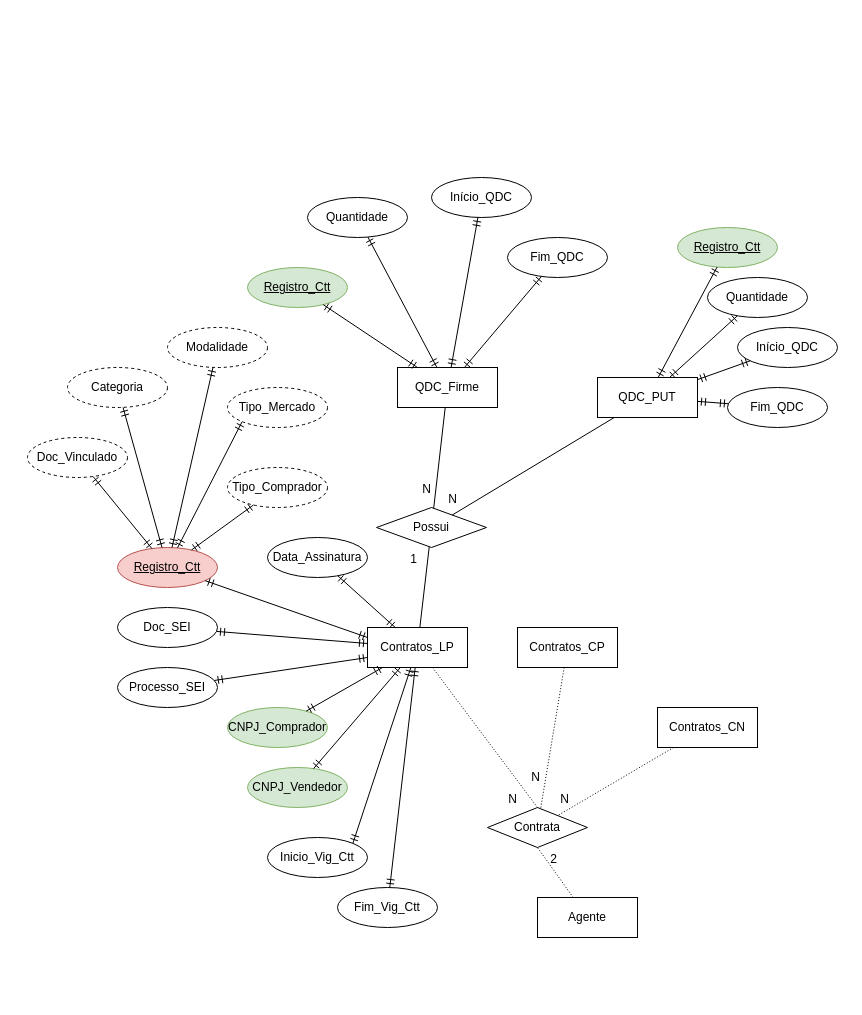
Earlier version of the draw.io diagram Untitled Diagram.drawio (sinistroman/sinistroman). Source tidied: cells renumbered, new cells numbered last; positions are measured from the earlier drawing's top-left corner, leaving out a move shared by most shapes. Both pictures are drawn from the tidied source at 100%, with x=0, y=0 at pixel (27, 177).
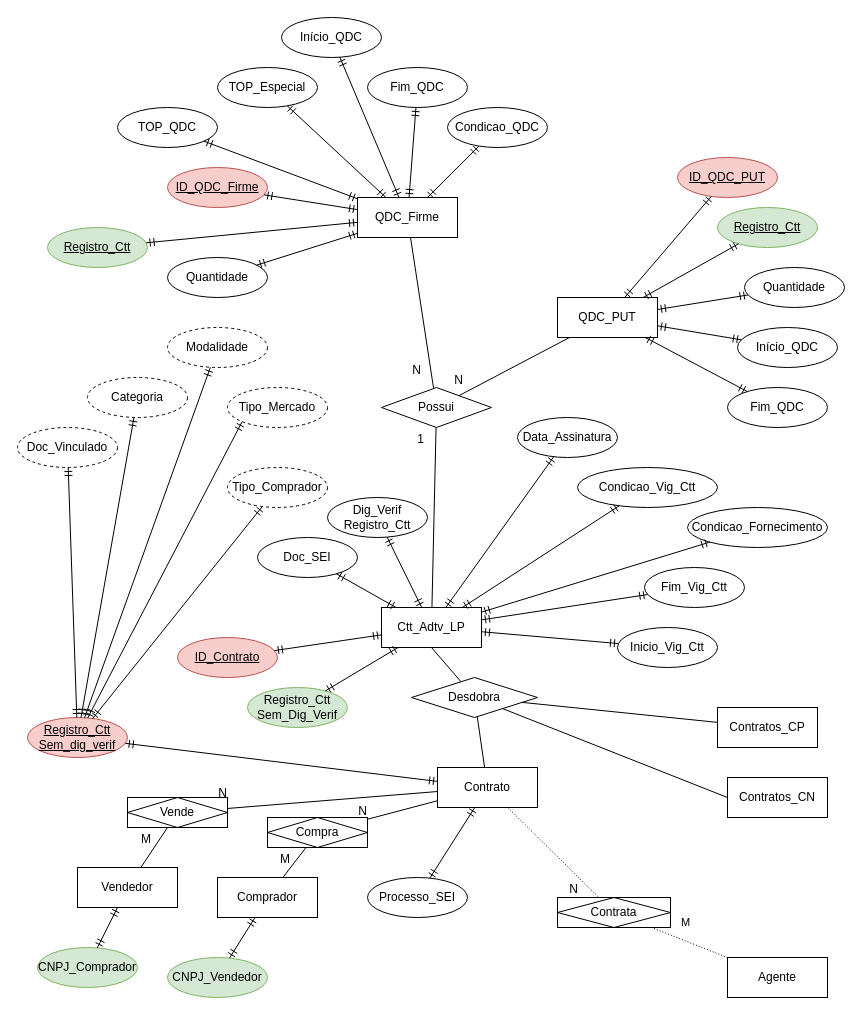
Above is the later version.

The change refers to these unchanged cells:
```xml
<mxCell id="49" style="endArrow=none;html=1;rounded=0;" parent="1" edge="1" source="40" target="39">
  <mxGeometry relative="1" as="geometry" />
</mxCell>
```

What changed in the source:
```diff
@@
     <mxCell id="2" value="Agente" style="whiteSpace=wrap;html=1;align=center;" parent="1" vertex="1">
-      <mxGeometry x="510" y="720" width="100" height="40" as="geometry" />
+      <mxGeometry x="700" y="780" width="100" height="40" as="geometry" />
     </mxCell>
-    <mxCell id="3" value="Contrata" style="shape=rhombus;perimeter=rhombusPerimeter;whiteSpace=wrap;html=1;align=center;" parent="1" vertex="1">
-      <mxGeometry x="460" y="630" width="100" height="40" as="geometry" />
-    </mxCell>
-    <mxCell id="4" style="endArrow=none;html=1;rounded=0;dashed=1;dashPattern=1 2;entryX=0.5;entryY=1;entryDx=0;entryDy=0;" parent="1" edge="1" source="2" target="3">
-      <mxGeometry relative="1" as="geometry" />
+    <mxCell id="4" value="M" style="endArrow=none;html=1;rounded=0;dashed=1;dashPattern=1 2;" parent="1" edge="1" source="2" target="3">
+      <mxGeometry x="0.27" y="-17" relative="1" as="geometry" />
     </mxCell>
-    <mxCell id="5" value="2" style="html=1;align=right;verticalAlign=bottom;" parent="4" vertex="1">
-      <mxGeometry x="1" relative="1" as="geometry">
-        <mxPoint x="20" y="20" as="offset" />
-      </mxGeometry>
-    </mxCell>
-    <mxCell id="6" style="endArrow=none;html=1;rounded=0;dashed=1;dashPattern=1 2;entryX=0.5;entryY=0;entryDx=0;entryDy=0;" parent="1" edge="1" source="8" target="3">
+    <mxCell id="6" style="endArrow=none;html=1;rounded=0;dashed=1;dashPattern=1 2;" parent="1" edge="1" source="92" target="3">
       <mxGeometry relative="1" as="geometry" />
     </mxCell>
@@
-    <mxCell id="8" value="Contratos_LP" style="whiteSpace=wrap;html=1;align=center;" parent="1" vertex="1">
-      <mxGeometry x="340" y="450" width="100" height="40" as="geometry" />
+    <mxCell id="8" value="Ctt_Adtv_LP" style="whiteSpace=wrap;html=1;align=center;" parent="1" vertex="1">
+      <mxGeometry x="354" y="430" width="100" height="40" as="geometry" />
     </mxCell>
     <mxCell id="9" value="Contratos_CP" style="whiteSpace=wrap;html=1;align=center;" parent="1" vertex="1">
-      <mxGeometry x="490" y="450" width="100" height="40" as="geometry" />
+      <mxGeometry x="690" y="530" width="100" height="40" as="geometry" />
     </mxCell>
     <mxCell id="10" value="Contratos_CN" style="whiteSpace=wrap;html=1;align=center;" parent="1" vertex="1">
-      <mxGeometry x="630" y="530" width="100" height="40" as="geometry" />
+      <mxGeometry x="700" y="600" width="100" height="40" as="geometry" />
     </mxCell>
-    <mxCell id="11" style="endArrow=none;html=1;rounded=0;dashed=1;dashPattern=1 2;" parent="1" edge="1" source="9" target="3">
-      <mxGeometry relative="1" as="geometry" />
-    </mxCell>
-    <mxCell id="12" value="N" style="html=1;align=right;verticalAlign=bottom;" parent="11" vertex="1">
-      <mxGeometry x="1" relative="1" as="geometry">
-        <mxPoint y="-23" as="offset" />
-      </mxGeometry>
-    </mxCell>
-    <mxCell id="13" style="endArrow=none;html=1;rounded=0;dashed=1;dashPattern=1 2;" parent="1" edge="1" source="10" target="3">
-      <mxGeometry relative="1" as="geometry" />
-    </mxCell>
-    <mxCell id="14" value="N" style="html=1;align=right;verticalAlign=bottom;" parent="13" vertex="1">
-      <mxGeometry x="1" relative="1" as="geometry">
-        <mxPoint x="11" y="-8" as="offset" />
-      </mxGeometry>
-    </mxCell>
     <mxCell id="15" value="CNPJ_Comprador" style="ellipse;whiteSpace=wrap;html=1;align=center;fillColor=#d5e8d4;strokeColor=#82b366;" parent="1" vertex="1">
-      <mxGeometry x="200" y="530" width="100" height="40" as="geometry" />
+      <mxGeometry x="10" y="770" width="100" height="40" as="geometry" />
     </mxCell>
     <mxCell id="16" value="CNPJ_Vendedor" style="ellipse;whiteSpace=wrap;html=1;align=center;fillColor=#d5e8d4;strokeColor=#82b366;" parent="1" vertex="1">
-      <mxGeometry x="220" y="590" width="100" height="40" as="geometry" />
+      <mxGeometry x="140" y="780" width="100" height="40" as="geometry" />
     </mxCell>
-    <mxCell id="17" style="fontSize=12;html=1;endArrow=ERmandOne;startArrow=ERmandOne;rounded=0;" parent="1" edge="1" source="15" target="8">
+    <mxCell id="17" style="fontSize=12;html=1;endArrow=ERmandOne;startArrow=ERmandOne;rounded=0;" parent="1" edge="1" source="15" target="77">
       <mxGeometry relative="1" as="geometry" />
     </mxCell>
-    <mxCell id="18" style="fontSize=12;html=1;endArrow=ERmandOne;startArrow=ERmandOne;rounded=0;" parent="1" edge="1" source="16" target="8">
+    <mxCell id="18" style="fontSize=12;html=1;endArrow=ERmandOne;startArrow=ERmandOne;rounded=0;" parent="1" edge="1" source="16" target="82">
       <mxGeometry relative="1" as="geometry" />
     </mxCell>
     <mxCell id="19" value="Processo_SEI" style="ellipse;whiteSpace=wrap;html=1;align=center;" parent="1" vertex="1">
-      <mxGeometry x="90" y="490" width="100" height="40" as="geometry" />
+      <mxGeometry x="340" y="700" width="100" height="40" as="geometry" />
     </mxCell>
     <mxCell id="20" value="Doc_SEI" style="ellipse;whiteSpace=wrap;html=1;align=center;" parent="1" vertex="1">
-      <mxGeometry x="90" y="430" width="100" height="40" as="geometry" />
+      <mxGeometry x="230" y="360" width="100" height="40" as="geometry" />
     </mxCell>
     <mxCell id="21" value="Inicio_Vig_Ctt" style="ellipse;whiteSpace=wrap;html=1;align=center;" parent="1" vertex="1">
-      <mxGeometry x="240" y="660" width="100" height="40" as="geometry" />
+      <mxGeometry x="590" y="450" width="100" height="40" as="geometry" />
     </mxCell>
     <mxCell id="22" value="Fim_Vig_Ctt" style="ellipse;whiteSpace=wrap;html=1;align=center;" parent="1" vertex="1">
-      <mxGeometry x="310" y="710" width="100" height="40" as="geometry" />
+      <mxGeometry x="617" y="390" width="100" height="40" as="geometry" />
     </mxCell>
-    <mxCell id="23" value="Registro_Ctt" style="ellipse;whiteSpace=wrap;html=1;align=center;fontStyle=4;fillColor=#f8cecc;strokeColor=#b85450;" parent="1" vertex="1">
-      <mxGeometry x="90" y="370" width="100" height="40" as="geometry" />
+    <mxCell id="23" value="Registro_Ctt Sem_dig_verif" style="ellipse;whiteSpace=wrap;html=1;align=center;fontStyle=4;fillColor=#f8cecc;strokeColor=#b85450;" parent="1" vertex="1">
+      <mxGeometry y="540" width="100" height="40" as="geometry" />
     </mxCell>
     <mxCell id="24" value="Doc_Vinculado" style="ellipse;whiteSpace=wrap;html=1;align=center;dashed=1;" parent="1" vertex="1">
-      <mxGeometry y="260" width="100" height="40" as="geometry" />
+      <mxGeometry x="-10" y="250" width="100" height="40" as="geometry" />
     </mxCell>
     <mxCell id="25" value="Categoria" style="ellipse;whiteSpace=wrap;html=1;align=center;dashed=1;" parent="1" vertex="1">
-      <mxGeometry x="40" y="190" width="100" height="40" as="geometry" />
+      <mxGeometry x="60" y="200" width="100" height="40" as="geometry" />
     </mxCell>
@@
-    <mxCell id="34" style="fontSize=12;html=1;endArrow=ERmandOne;startArrow=ERmandOne;rounded=0;exitX=0;exitY=0.25;exitDx=0;exitDy=0;" parent="1" edge="1" source="8" target="23">
+    <mxCell id="34" style="fontSize=12;html=1;endArrow=ERmandOne;startArrow=ERmandOne;rounded=0;" parent="1" edge="1" source="92" target="23">
       <mxGeometry relative="1" as="geometry" />
     </mxCell>
@@
-    <mxCell id="36" style="fontSize=12;html=1;endArrow=ERmandOne;startArrow=ERmandOne;rounded=0;exitX=0;exitY=0.75;exitDx=0;exitDy=0;" parent="1" edge="1" source="8" target="19">
+    <mxCell id="36" style="fontSize=12;html=1;endArrow=ERmandOne;startArrow=ERmandOne;rounded=0;" parent="1" edge="1" source="92" target="19">
       <mxGeometry relative="1" as="geometry" />
     </mxCell>
     <mxCell id="37" value="Data_Assinatura" style="ellipse;whiteSpace=wrap;html=1;align=center;" parent="1" vertex="1">
-      <mxGeometry x="240" y="360" width="100" height="40" as="geometry" />
+      <mxGeometry x="490" y="240" width="100" height="40" as="geometry" />
     </mxCell>
@@
     <mxCell id="39" value="Possui" style="shape=rhombus;perimeter=rhombusPerimeter;whiteSpace=wrap;html=1;align=center;" parent="1" vertex="1">
-      <mxGeometry x="349" y="330" width="110" height="40" as="geometry" />
+      <mxGeometry x="354" y="210" width="110" height="40" as="geometry" />
     </mxCell>
     <mxCell id="40" value="QDC_Firme" style="whiteSpace=wrap;html=1;align=center;" parent="1" vertex="1">
-      <mxGeometry x="370" y="190" width="100" height="40" as="geometry" />
+      <mxGeometry x="330" y="20" width="100" height="40" as="geometry" />
     </mxCell>
     <mxCell id="41" value="QDC_PUT" style="whiteSpace=wrap;html=1;align=center;" parent="1" vertex="1">
-      <mxGeometry x="570" y="200" width="100" height="40" as="geometry" />
+      <mxGeometry x="530" y="120" width="100" height="40" as="geometry" />
     </mxCell>
-    <mxCell id="42" style="fontSize=12;html=1;endArrow=ERmandOne;startArrow=ERmandOne;rounded=0;exitX=1;exitY=0;exitDx=0;exitDy=0;" parent="1" edge="1" source="21" target="8">
+    <mxCell id="42" style="fontSize=12;html=1;endArrow=ERmandOne;startArrow=ERmandOne;rounded=0;" parent="1" edge="1" source="21" target="8">
       <mxGeometry relative="1" as="geometry" />
     </mxCell>
@@
     <mxCell id="46" value="Quantidade" style="ellipse;whiteSpace=wrap;html=1;align=center;" parent="1" vertex="1">
-      <mxGeometry x="280" y="20" width="100" height="40" as="geometry" />
+      <mxGeometry x="140" y="80" width="100" height="40" as="geometry" />
     </mxCell>
     <mxCell id="47" value="Registro_Ctt" style="ellipse;whiteSpace=wrap;html=1;align=center;fontStyle=4;fillColor=#d5e8d4;strokeColor=#82b366;" parent="1" vertex="1">
-      <mxGeometry x="220" y="90" width="100" height="40" as="geometry" />
+      <mxGeometry x="20" y="50" width="100" height="40" as="geometry" />
     </mxCell>
@@
     <mxCell id="50" value="N" style="html=1;align=right;verticalAlign=bottom;" parent="49" vertex="1">
       <mxGeometry x="1" relative="1" as="geometry">
-        <mxPoint x="-2" y="-10" as="offset" />
+        <mxPoint x="-12" y="-10" as="offset" />
       </mxGeometry>
     </mxCell>
     <mxCell id="51" value="Início_QDC" style="ellipse;whiteSpace=wrap;html=1;align=center;" parent="1" vertex="1">
-      <mxGeometry x="404" width="100" height="40" as="geometry" />
+      <mxGeometry x="254" y="-160" width="100" height="40" as="geometry" />
     </mxCell>
     <mxCell id="52" value="Fim_QDC" style="ellipse;whiteSpace=wrap;html=1;align=center;" parent="1" vertex="1">
-      <mxGeometry x="480" y="60" width="100" height="40" as="geometry" />
+      <mxGeometry x="340" y="-110" width="100" height="40" as="geometry" />
     </mxCell>
@@
     <mxCell id="56" value="Quantidade" style="ellipse;whiteSpace=wrap;html=1;align=center;" parent="1" vertex="1">
-      <mxGeometry x="680" y="100" width="100" height="40" as="geometry" />
+      <mxGeometry x="717" y="90" width="100" height="40" as="geometry" />
     </mxCell>
     <mxCell id="57" value="Registro_Ctt" style="ellipse;whiteSpace=wrap;html=1;align=center;fontStyle=4;fillColor=#d5e8d4;strokeColor=#82b366;" parent="1" vertex="1">
-      <mxGeometry x="650" y="50" width="100" height="40" as="geometry" />
+      <mxGeometry x="690" y="30" width="100" height="40" as="geometry" />
     </mxCell>
@@
+    <mxCell id="66" value="ID_QDC_Firme" style="ellipse;whiteSpace=wrap;html=1;align=center;fontStyle=4;fillColor=#f8cecc;strokeColor=#b85450;" parent="1" vertex="1">
+      <mxGeometry x="140" y="-10" width="100" height="40" as="geometry" />
+    </mxCell>
+    <mxCell id="67" value="ID_QDC_PUT" style="ellipse;whiteSpace=wrap;html=1;align=center;fontStyle=4;fillColor=#f8cecc;strokeColor=#b85450;" parent="1" vertex="1">
+      <mxGeometry x="650" y="-20" width="100" height="40" as="geometry" />
+    </mxCell>
+    <mxCell id="68" value="TOP_QDC" style="ellipse;whiteSpace=wrap;html=1;align=center;" parent="1" vertex="1">
+      <mxGeometry x="90" y="-70" width="100" height="40" as="geometry" />
+    </mxCell>
+    <mxCell id="69" value="TOP_Especial" style="ellipse;whiteSpace=wrap;html=1;align=center;" parent="1" vertex="1">
+      <mxGeometry x="190" y="-110" width="100" height="40" as="geometry" />
+    </mxCell>
+    <mxCell id="70" style="fontSize=12;html=1;endArrow=ERmandOne;startArrow=ERmandOne;rounded=0;" parent="1" edge="1" source="40" target="66">
+      <mxGeometry relative="1" as="geometry" />
+    </mxCell>
+    <mxCell id="71" style="fontSize=12;html=1;endArrow=ERmandOne;startArrow=ERmandOne;rounded=0;" parent="1" edge="1" source="41" target="67">
+      <mxGeometry relative="1" as="geometry" />
+    </mxCell>
+    <mxCell id="72" style="fontSize=12;html=1;endArrow=ERmandOne;startArrow=ERmandOne;rounded=0;" parent="1" edge="1" source="40" target="68">
+      <mxGeometry relative="1" as="geometry" />
+    </mxCell>
+    <mxCell id="73" style="fontSize=12;html=1;endArrow=ERmandOne;startArrow=ERmandOne;rounded=0;" parent="1" edge="1" source="40" target="69">
+      <mxGeometry relative="1" as="geometry" />
+    </mxCell>
+    <mxCell id="74" value="Condicao_QDC" style="ellipse;whiteSpace=wrap;html=1;align=center;" parent="1" vertex="1">
+      <mxGeometry x="420" y="-70" width="100" height="40" as="geometry" />
+    </mxCell>
+    <mxCell id="75" style="fontSize=12;html=1;endArrow=ERmandOne;startArrow=ERmandOne;rounded=0;" parent="1" edge="1" source="40" target="74">
+      <mxGeometry relative="1" as="geometry" />
+    </mxCell>
+    <mxCell id="76" value="Vende" style="shape=associativeEntity;whiteSpace=wrap;html=1;align=center;" parent="1" vertex="1">
+      <mxGeometry x="100" y="620" width="100" height="30" as="geometry" />
+    </mxCell>
+    <mxCell id="77" value="Vendedor" style="whiteSpace=wrap;html=1;align=center;" parent="1" vertex="1">
+      <mxGeometry x="50" y="690" width="100" height="40" as="geometry" />
+    </mxCell>
+    <mxCell id="78" style="endArrow=none;html=1;rounded=0;" parent="1" edge="1" source="77" target="76">
+      <mxGeometry relative="1" as="geometry" />
+    </mxCell>
+    <mxCell id="79" value="M" style="html=1;align=right;verticalAlign=bottom;" parent="78" vertex="1">
+      <mxGeometry x="1" relative="1" as="geometry">
+        <mxPoint x="-16" y="20" as="offset" />
+      </mxGeometry>
+    </mxCell>
+    <mxCell id="80" style="endArrow=none;html=1;rounded=0;" parent="1" edge="1" source="92" target="76">
+      <mxGeometry relative="1" as="geometry" />
+    </mxCell>
+    <mxCell id="81" value="N" style="html=1;align=right;verticalAlign=bottom;" parent="80" vertex="1">
+      <mxGeometry x="1" relative="1" as="geometry">
+        <mxPoint y="-7" as="offset" />
+      </mxGeometry>
+    </mxCell>
+    <mxCell id="82" value="Comprador" style="whiteSpace=wrap;html=1;align=center;" parent="1" vertex="1">
+      <mxGeometry x="190" y="700" width="100" height="40" as="geometry" />
+    </mxCell>
+    <mxCell id="83" value="Compra" style="shape=associativeEntity;whiteSpace=wrap;html=1;align=center;" parent="1" vertex="1">
+      <mxGeometry x="240" y="640" width="100" height="30" as="geometry" />
+    </mxCell>
+    <mxCell id="84" style="endArrow=none;html=1;rounded=0;" parent="1" edge="1" source="82" target="83">
+      <mxGeometry relative="1" as="geometry" />
+    </mxCell>
+    <mxCell id="85" value="M" style="html=1;align=right;verticalAlign=bottom;" parent="84" vertex="1">
+      <mxGeometry x="1" relative="1" as="geometry">
+        <mxPoint x="-16" y="20" as="offset" />
+      </mxGeometry>
+    </mxCell>
+    <mxCell id="86" style="endArrow=none;html=1;rounded=0;" parent="1" edge="1" source="92" target="83">
+      <mxGeometry relative="1" as="geometry" />
+    </mxCell>
+    <mxCell id="87" value="N" style="html=1;align=right;verticalAlign=bottom;" parent="86" vertex="1">
+      <mxGeometry x="1" relative="1" as="geometry" />
+    </mxCell>
+    <mxCell id="88" value="Condicao_Fornecimento" style="ellipse;whiteSpace=wrap;html=1;align=center;" parent="1" vertex="1">
+      <mxGeometry x="660" y="330" width="140" height="40" as="geometry" />
+    </mxCell>
+    <mxCell id="89" style="fontSize=12;html=1;endArrow=ERmandOne;startArrow=ERmandOne;rounded=0;" parent="1" edge="1" source="8" target="88">
+      <mxGeometry relative="1" as="geometry" />
+    </mxCell>
+    <mxCell id="90" value="Condicao_Vig_Ctt" style="ellipse;whiteSpace=wrap;html=1;align=center;" parent="1" vertex="1">
+      <mxGeometry x="550" y="290" width="140" height="40" as="geometry" />
+    </mxCell>
+    <mxCell id="91" style="fontSize=12;html=1;endArrow=ERmandOne;startArrow=ERmandOne;rounded=0;" parent="1" edge="1" source="8" target="90">
+      <mxGeometry relative="1" as="geometry" />
+    </mxCell>
+    <mxCell id="92" value="Contrato" style="whiteSpace=wrap;html=1;align=center;" parent="1" vertex="1">
+      <mxGeometry x="410" y="590" width="100" height="40" as="geometry" />
+    </mxCell>
+    <mxCell id="93" value="Dig_Verif Registro_Ctt" style="ellipse;whiteSpace=wrap;html=1;align=center;" parent="1" vertex="1">
+      <mxGeometry x="300" y="320" width="100" height="40" as="geometry" />
+    </mxCell>
+    <mxCell id="94" style="fontSize=12;html=1;endArrow=ERmandOne;startArrow=ERmandOne;rounded=0;" parent="1" edge="1" source="8" target="93">
+      <mxGeometry relative="1" as="geometry" />
+    </mxCell>
+    <mxCell id="95" value="Desdobra" style="shape=rhombus;perimeter=rhombusPerimeter;whiteSpace=wrap;html=1;align=center;" parent="1" vertex="1">
+      <mxGeometry x="384" y="500" width="126" height="40" as="geometry" />
+    </mxCell>
+    <mxCell id="96" style="endArrow=none;html=1;rounded=0;exitX=0.5;exitY=1;exitDx=0;exitDy=0;" parent="1" edge="1" source="8" target="95">
+      <mxGeometry relative="1" as="geometry" />
+    </mxCell>
+    <mxCell id="97" style="endArrow=none;html=1;rounded=0;" parent="1" edge="1" source="92" target="95">
+      <mxGeometry relative="1" as="geometry" />
+    </mxCell>
+    <mxCell id="98" style="endArrow=none;html=1;rounded=0;" parent="1" edge="1" source="9" target="95">
+      <mxGeometry relative="1" as="geometry" />
+    </mxCell>
+    <mxCell id="99" style="endArrow=none;html=1;rounded=0;exitX=0;exitY=0.5;exitDx=0;exitDy=0;" parent="1" edge="1" source="10" target="95">
+      <mxGeometry relative="1" as="geometry" />
+    </mxCell>
+    <mxCell id="3" value="Contrata" style="shape=associativeEntity;whiteSpace=wrap;html=1;align=center;" parent="1" vertex="1">
+      <mxGeometry x="530" y="720" width="113" height="30" as="geometry" />
+    </mxCell>
+    <mxCell id="100" value="ID_Contrato" style="ellipse;whiteSpace=wrap;html=1;align=center;fontStyle=4;fillColor=#f8cecc;strokeColor=#b85450;" parent="1" vertex="1">
+      <mxGeometry x="150" y="460" width="100" height="40" as="geometry" />
+    </mxCell>
+    <mxCell id="101" style="fontSize=12;html=1;endArrow=ERmandOne;startArrow=ERmandOne;rounded=0;" parent="1" edge="1" source="8" target="100">
+      <mxGeometry relative="1" as="geometry" />
+    </mxCell>
+    <mxCell id="102" value="Registro_Ctt Sem_Dig_Verif" style="ellipse;whiteSpace=wrap;html=1;align=center;fillColor=#d5e8d4;strokeColor=#82b366;" parent="1" vertex="1">
+      <mxGeometry x="220" y="510" width="100" height="40" as="geometry" />
+    </mxCell>
+    <mxCell id="103" style="fontSize=12;html=1;endArrow=ERmandOne;startArrow=ERmandOne;rounded=0;" parent="1" edge="1" source="8" target="102">
+      <mxGeometry relative="1" as="geometry" />
+    </mxCell>
```
